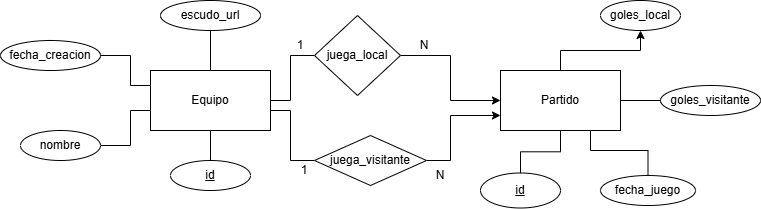
Above: docs/diagrama-er.png in Milu2662/Futbol-api (draw.io), before the change. Source tidied: cells renumbered, new cells last; positions are measured from the earlier drawing's top-left corner, leaving out a move shared by most shapes.
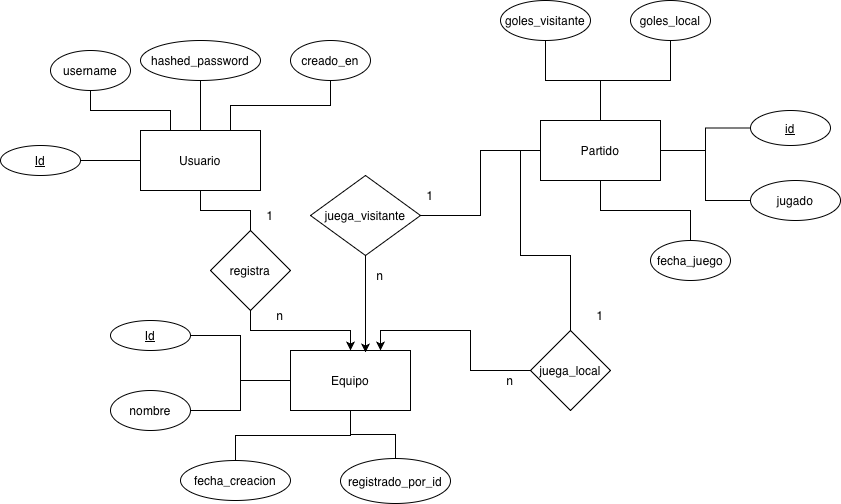
Above is the later version.

What changed in the source:
```diff
@@ -2,133 +2,137 @@
   <root>
     <mxCell id="0" />
     <mxCell id="1" parent="0" />
-    <mxCell id="2" style="edgeStyle=orthogonalEdgeStyle;rounded=0;jettySize=auto;html=1;endArrow=none;endFill=0;" parent="1" edge="1" source="4" target="16">
-      <mxGeometry relative="1" as="geometry" />
-    </mxCell>
+    <mxCell id="30" style="edgeStyle=orthogonalEdgeStyle;rounded=0;jettySize=auto;html=1;endArrow=none;endFill=0;" parent="1" edge="1" source="35" target="43">
+      <mxGeometry relative="1" as="geometry" />
+    </mxCell>
+    <mxCell id="31" style="edgeStyle=orthogonalEdgeStyle;rounded=0;jettySize=auto;html=1;endArrow=none;endFill=0;exitX=0.25;exitY=0;exitDx=0;exitDy=0;" parent="1" edge="1" source="35" target="44">
+      <mxGeometry relative="1" as="geometry" />
+    </mxCell>
+    <mxCell id="32" style="edgeStyle=orthogonalEdgeStyle;rounded=0;jettySize=auto;html=1;endArrow=none;endFill=0;" parent="1" edge="1" source="35" target="45">
+      <mxGeometry relative="1" as="geometry" />
+    </mxCell>
+    <mxCell id="33" style="edgeStyle=orthogonalEdgeStyle;rounded=0;jettySize=auto;html=1;endArrow=none;endFill=0;exitX=0.75;exitY=0;exitDx=0;exitDy=0;" parent="1" edge="1" source="35" target="46">
+      <mxGeometry relative="1" as="geometry" />
+    </mxCell>
+    <mxCell id="34" style="edgeStyle=orthogonalEdgeStyle;rounded=0;jettySize=auto;html=1;endArrow=none;endFill=0;" parent="1" edge="1" source="35" target="51">
+      <mxGeometry relative="1" as="geometry" />
+    </mxCell>
-    <mxCell id="3" style="edgeStyle=orthogonalEdgeStyle;rounded=0;jettySize=auto;html=1;endArrow=none;endFill=0;" parent="1" edge="1" source="4" target="22">
-      <mxGeometry relative="1" as="geometry">
-        <Array as="points">
-          <mxPoint x="290" y="100" />
-          <mxPoint x="290" y="55" />
-        </Array>
-      </mxGeometry>
+    <mxCell id="3" style="edgeStyle=orthogonalEdgeStyle;rounded=0;jettySize=auto;html=1;entryX=0;entryY=0.5;entryDx=0;entryDy=0;endArrow=none;endFill=0;exitX=0.75;exitY=0;exitDx=0;exitDy=0;startArrow=classic;startFill=1;" parent="1" edge="1" source="4" target="22">
+      <mxGeometry relative="1" as="geometry" />
     </mxCell>
+    <mxCell id="35" value="Usuario" style="rounded=0;whiteSpace=wrap;html=1;" parent="1" vertex="1">
+      <mxGeometry x="150" y="160" width="120" height="60" as="geometry" />
+    </mxCell>
+    <mxCell id="36" style="edgeStyle=orthogonalEdgeStyle;rounded=0;jettySize=auto;html=1;endArrow=none;endFill=0;" parent="1" edge="1" source="4" target="47">
+      <mxGeometry relative="1" as="geometry" />
+    </mxCell>
+    <mxCell id="37" style="edgeStyle=orthogonalEdgeStyle;rounded=0;jettySize=auto;html=1;endArrow=none;endFill=0;" parent="1" edge="1" source="4" target="13">
+      <mxGeometry relative="1" as="geometry" />
+    </mxCell>
+    <mxCell id="38" style="edgeStyle=orthogonalEdgeStyle;rounded=0;jettySize=auto;html=1;endArrow=none;endFill=0;" parent="1" edge="1" source="4" target="15">
+      <mxGeometry relative="1" as="geometry" />
+    </mxCell>
+    <mxCell id="39" style="edgeStyle=orthogonalEdgeStyle;rounded=0;jettySize=auto;html=1;endArrow=none;endFill=0;" parent="1" edge="1" source="4" target="48">
+      <mxGeometry relative="1" as="geometry" />
+    </mxCell>
     <mxCell id="4" value="Equipo" style="rounded=0;whiteSpace=wrap;html=1;" parent="1" vertex="1">
-      <mxGeometry x="150" y="70" width="120" height="60" as="geometry" />
+      <mxGeometry x="300" y="380" width="120" height="60" as="geometry" />
     </mxCell>
-    <mxCell id="5" style="edgeStyle=orthogonalEdgeStyle;rounded=0;jettySize=auto;html=1;endArrow=none;endFill=0;entryX=0.5;entryY=0;entryDx=0;entryDy=0;" parent="1" edge="1" source="9" target="17">
-      <mxGeometry relative="1" as="geometry" />
-    </mxCell>
+    <mxCell id="40" style="edgeStyle=orthogonalEdgeStyle;rounded=0;jettySize=auto;html=1;endArrow=none;endFill=0;" parent="1" edge="1" source="9" target="11">
+      <mxGeometry relative="1" as="geometry" />
+    </mxCell>
+    <mxCell id="8" style="edgeStyle=orthogonalEdgeStyle;rounded=0;jettySize=auto;html=1;endArrow=none;endFill=0;" parent="1" edge="1" source="9" target="18">
+      <mxGeometry relative="1" as="geometry" />
+    </mxCell>
+    <mxCell id="7" style="edgeStyle=orthogonalEdgeStyle;rounded=0;jettySize=auto;html=1;endArrow=none;endFill=0;" parent="1" edge="1" source="9" target="19">
+      <mxGeometry relative="1" as="geometry" />
+    </mxCell>
+    <mxCell id="41" style="edgeStyle=orthogonalEdgeStyle;rounded=0;jettySize=auto;html=1;endArrow=none;endFill=0;" parent="1" edge="1" source="9" target="49">
+      <mxGeometry relative="1" as="geometry" />
+    </mxCell>
-    <mxCell id="6" style="edgeStyle=orthogonalEdgeStyle;rounded=0;jettySize=auto;html=1;exitX=0.75;exitY=1;exitDx=0;exitDy=0;entryX=0.5;entryY=0;entryDx=0;entryDy=0;endArrow=none;endFill=0;" parent="1" edge="1" source="9" target="20">
-      <mxGeometry relative="1" as="geometry">
-        <Array as="points">
-          <mxPoint x="590" y="150" />
-          <mxPoint x="648" y="150" />
-        </Array>
-      </mxGeometry>
+    <mxCell id="6" style="edgeStyle=orthogonalEdgeStyle;rounded=0;jettySize=auto;html=1;endArrow=none;endFill=0;" parent="1" edge="1" source="9" target="20">
+      <mxGeometry relative="1" as="geometry" />
     </mxCell>
-    <mxCell id="7" style="edgeStyle=orthogonalEdgeStyle;rounded=0;jettySize=auto;html=1;entryX=0;entryY=0.5;entryDx=0;entryDy=0;endArrow=none;endFill=0;" parent="1" edge="1" source="9" target="19">
-      <mxGeometry relative="1" as="geometry">
-        <Array as="points">
-          <mxPoint x="740" y="100" />
-          <mxPoint x="740" y="100" />
-        </Array>
-      </mxGeometry>
-    </mxCell>
-    <mxCell id="8" style="edgeStyle=orthogonalEdgeStyle;rounded=0;jettySize=auto;html=1;entryX=0.5;entryY=1;entryDx=0;entryDy=0;" parent="1" edge="1" source="9" target="18">
-      <mxGeometry relative="1" as="geometry" />
-    </mxCell>
+    <mxCell id="42" style="edgeStyle=orthogonalEdgeStyle;rounded=0;jettySize=auto;html=1;endArrow=none;endFill=0;" parent="1" edge="1" source="9" target="27">
+      <mxGeometry relative="1" as="geometry" />
+    </mxCell>
-    <mxCell id="9" value="Partido" style="rounded=0;whiteSpace=wrap;html=1;" parent="1" vertex="1">
-      <mxGeometry x="500" y="70" width="120" height="60" as="geometry" />
+    <mxCell id="9" value="Partido" style="whiteSpace=wrap;html=1;" parent="1" vertex="1">
+      <mxGeometry x="550" y="150" width="120" height="60" as="geometry" />
     </mxCell>
-    <mxCell id="10" style="edgeStyle=orthogonalEdgeStyle;rounded=0;jettySize=auto;html=1;endArrow=none;endFill=0;entryX=0.5;entryY=1;entryDx=0;entryDy=0;exitX=0.5;exitY=0;exitDx=0;exitDy=0;" parent="1" edge="1" source="11" target="4">
-      <mxGeometry relative="1" as="geometry" />
-    </mxCell>
+    <mxCell id="43" value="&lt;u&gt;Id&lt;/u&gt;" style="ellipse;whiteSpace=wrap;html=1;rounded=0;" parent="1" vertex="1">
+      <mxGeometry x="10" y="175" width="80" height="30" as="geometry" />
+    </mxCell>
+    <mxCell id="44" value="username" style="ellipse;whiteSpace=wrap;html=1;rounded=0;" parent="1" vertex="1">
+      <mxGeometry x="60" y="80" width="80" height="40" as="geometry" />
+    </mxCell>
+    <mxCell id="45" value="hashed_password" style="ellipse;whiteSpace=wrap;html=1;rounded=0;" parent="1" vertex="1">
+      <mxGeometry x="150" y="70" width="120" height="40" as="geometry" />
+    </mxCell>
+    <mxCell id="46" value="creado_en" style="ellipse;whiteSpace=wrap;html=1;rounded=0;" parent="1" vertex="1">
+      <mxGeometry x="300" y="70" width="80" height="40" as="geometry" />
+    </mxCell>
+    <mxCell id="47" value="&lt;u&gt;Id&lt;/u&gt;" style="ellipse;whiteSpace=wrap;html=1;rounded=0;" parent="1" vertex="1">
+      <mxGeometry x="120" y="350" width="80" height="30" as="geometry" />
+    </mxCell>
+    <mxCell id="13" value="nombre" style="ellipse;whiteSpace=wrap;html=1;rounded=0;" parent="1" vertex="1">
+      <mxGeometry x="120" y="420" width="80" height="40" as="geometry" />
+    </mxCell>
+    <mxCell id="15" value="fecha_creacion" style="ellipse;whiteSpace=wrap;html=1;rounded=0;" parent="1" vertex="1">
+      <mxGeometry x="190" y="490" width="110" height="40" as="geometry" />
+    </mxCell>
+    <mxCell id="48" value="registrado_por_id" style="ellipse;whiteSpace=wrap;html=1;rounded=0;" parent="1" vertex="1">
+      <mxGeometry x="350" y="488" width="110" height="45" as="geometry" />
+    </mxCell>
     <mxCell id="11" value="&lt;u&gt;id&lt;/u&gt;" style="ellipse;whiteSpace=wrap;html=1;" parent="1" vertex="1">
-      <mxGeometry x="170" y="160" width="80" height="30" as="geometry" />
+      <mxGeometry x="760" y="140" width="80" height="35" as="geometry" />
     </mxCell>
-    <mxCell id="12" style="edgeStyle=orthogonalEdgeStyle;rounded=0;jettySize=auto;html=1;endArrow=none;endFill=0;" parent="1" edge="1" source="13">
-      <mxGeometry relative="1" as="geometry">
-        <mxPoint x="150" y="110" as="targetPoint" />
-        <Array as="points">
-          <mxPoint x="130" y="145" />
-          <mxPoint x="130" y="110" />
-          <mxPoint x="150" y="110" />
-        </Array>
-      </mxGeometry>
-    </mxCell>
-    <mxCell id="13" value="nombre" style="ellipse;whiteSpace=wrap;html=1;" parent="1" vertex="1">
-      <mxGeometry x="20" y="130" width="80" height="30" as="geometry" />
-    </mxCell>
-    <mxCell id="14" style="edgeStyle=orthogonalEdgeStyle;rounded=0;jettySize=auto;html=1;endArrow=none;endFill=0;entryX=0;entryY=0.25;entryDx=0;entryDy=0;exitX=1;exitY=0.5;exitDx=0;exitDy=0;" parent="1" edge="1" source="15" target="4">
-      <mxGeometry relative="1" as="geometry">
-        <Array as="points">
-          <mxPoint x="130" y="55" />
-          <mxPoint x="130" y="85" />
-        </Array>
-      </mxGeometry>
-    </mxCell>
-    <mxCell id="15" value="fecha_creacion" style="ellipse;whiteSpace=wrap;html=1;" parent="1" vertex="1">
-      <mxGeometry y="40" width="100" height="30" as="geometry" />
-    </mxCell>
-    <mxCell id="16" value="escudo_url" style="ellipse;whiteSpace=wrap;html=1;rounded=0;" parent="1" vertex="1">
-      <mxGeometry x="160" width="100" height="30" as="geometry" />
-    </mxCell>
-    <mxCell id="17" value="&lt;u&gt;id&lt;/u&gt;" style="ellipse;whiteSpace=wrap;html=1;rounded=0;" parent="1" vertex="1">
-      <mxGeometry x="480" y="172.5" width="80" height="35" as="geometry" />
-    </mxCell>
-    <mxCell id="18" value="goles_local" style="ellipse;whiteSpace=wrap;html=1;rounded=0;" parent="1" vertex="1">
-      <mxGeometry x="600" width="80" height="30" as="geometry" />
+    <mxCell id="18" value="goles_local" style="ellipse;whiteSpace=wrap;html=1;" parent="1" vertex="1">
+      <mxGeometry x="640" y="30" width="80" height="40" as="geometry" />
     </mxCell>
-    <mxCell id="19" value="goles_visitante" style="ellipse;whiteSpace=wrap;html=1;rounded=0;" parent="1" vertex="1">
-      <mxGeometry x="660" y="85" width="100" height="30" as="geometry" />
+    <mxCell id="19" value="goles_visitante" style="ellipse;whiteSpace=wrap;html=1;" parent="1" vertex="1">
+      <mxGeometry x="510" y="30" width="90" height="40" as="geometry" />
     </mxCell>
+    <mxCell id="49" value="jugado" style="ellipse;whiteSpace=wrap;html=1;" parent="1" vertex="1">
+      <mxGeometry x="760" y="210" width="90" height="40" as="geometry" />
+    </mxCell>
     <mxCell id="20" value="fecha_juego" style="ellipse;whiteSpace=wrap;html=1;" parent="1" vertex="1">
-      <mxGeometry x="600" y="175" width="95" height="30" as="geometry" />
+      <mxGeometry x="660" y="270" width="80" height="40" as="geometry" />
     </mxCell>
-    <mxCell id="21" style="edgeStyle=orthogonalEdgeStyle;rounded=0;jettySize=auto;html=1;" parent="1" edge="1" source="22">
-      <mxGeometry relative="1" as="geometry">
-        <mxPoint x="500" y="100" as="targetPoint" />
-        <Array as="points">
-          <mxPoint x="450" y="55" />
-          <mxPoint x="450" y="100" />
-        </Array>
-      </mxGeometry>
-    </mxCell>
+    <mxCell id="50" style="edgeStyle=orthogonalEdgeStyle;rounded=0;jettySize=auto;html=1;entryX=0.5;entryY=0;entryDx=0;entryDy=0;" parent="1" edge="1" source="51" target="4">
+      <mxGeometry relative="1" as="geometry" />
+    </mxCell>
+    <mxCell id="51" value="registra" style="rhombus;whiteSpace=wrap;html=1;rounded=0;" parent="1" vertex="1">
+      <mxGeometry x="220" y="260" width="80" height="80" as="geometry" />
+    </mxCell>
+    <mxCell id="52" value="1" style="text;html=1;whiteSpace=wrap;strokeColor=none;fillColor=none;align=center;verticalAlign=middle;rounded=0;" parent="1" vertex="1">
+      <mxGeometry x="250" y="230" width="60" height="30" as="geometry" />
+    </mxCell>
+    <mxCell id="53" value="n" style="text;html=1;whiteSpace=wrap;strokeColor=none;fillColor=none;align=center;verticalAlign=middle;rounded=0;" parent="1" vertex="1">
+      <mxGeometry x="260" y="330" width="60" height="30" as="geometry" />
+    </mxCell>
+    <mxCell id="54" style="edgeStyle=orthogonalEdgeStyle;rounded=0;jettySize=auto;html=1;entryX=0;entryY=0.5;entryDx=0;entryDy=0;endArrow=none;endFill=0;" parent="1" edge="1" source="22" target="9">
+      <mxGeometry relative="1" as="geometry" />
+    </mxCell>
     <mxCell id="22" value="juega_local" style="rhombus;whiteSpace=wrap;html=1;rounded=0;" parent="1" vertex="1">
-      <mxGeometry x="314" y="15" width="86" height="80" as="geometry" />
+      <mxGeometry x="540" y="360" width="80" height="80" as="geometry" />
     </mxCell>
-    <mxCell id="23" value="1" style="text;html=1;whiteSpace=wrap;strokeColor=none;fillColor=none;align=center;verticalAlign=middle;rounded=0;" parent="1" vertex="1">
-      <mxGeometry x="270" y="30" width="60" height="30" as="geometry" />
-    </mxCell>
-    <mxCell id="24" value="N" style="text;html=1;whiteSpace=wrap;strokeColor=none;fillColor=none;align=center;verticalAlign=middle;rounded=0;" parent="1" vertex="1">
-      <mxGeometry x="394" y="30" width="60" height="30" as="geometry" />
-    </mxCell>
-    <mxCell id="25" style="edgeStyle=orthogonalEdgeStyle;rounded=0;jettySize=auto;html=1;endArrow=none;endFill=0;exitX=1;exitY=0.5;exitDx=0;exitDy=0;" parent="1" edge="1" source="4" target="27">
-      <mxGeometry relative="1" as="geometry">
-        <Array as="points">
-          <mxPoint x="270" y="110" />
-          <mxPoint x="290" y="110" />
-          <mxPoint x="290" y="160" />
-        </Array>
-      </mxGeometry>
-    </mxCell>
-    <mxCell id="26" style="edgeStyle=orthogonalEdgeStyle;rounded=0;jettySize=auto;html=1;exitX=1;exitY=0.5;exitDx=0;exitDy=0;entryX=0;entryY=0.75;entryDx=0;entryDy=0;" parent="1" edge="1" source="27" target="9">
-      <mxGeometry relative="1" as="geometry">
-        <Array as="points">
-          <mxPoint x="450" y="160" />
-          <mxPoint x="450" y="115" />
-        </Array>
-      </mxGeometry>
-    </mxCell>
+    <mxCell id="55" value="1" style="text;html=1;whiteSpace=wrap;strokeColor=none;fillColor=none;align=center;verticalAlign=middle;rounded=0;" parent="1" vertex="1">
+      <mxGeometry x="580" y="330" width="60" height="30" as="geometry" />
+    </mxCell>
+    <mxCell id="56" value="n" style="text;html=1;whiteSpace=wrap;strokeColor=none;fillColor=none;align=center;verticalAlign=middle;rounded=0;" parent="1" vertex="1">
+      <mxGeometry x="490" y="395" width="60" height="30" as="geometry" />
+    </mxCell>
-    <mxCell id="27" value="juega_visitante" style="rhombus;whiteSpace=wrap;html=1;rounded=0;" parent="1" vertex="1">
-      <mxGeometry x="314" y="135" width="112" height="50" as="geometry" />
+    <mxCell id="27" value="juega_visitante" style="rhombus;whiteSpace=wrap;html=1;" parent="1" vertex="1">
+      <mxGeometry x="320" y="205" width="110" height="80" as="geometry" />
     </mxCell>
-    <mxCell id="28" value="1" style="text;html=1;whiteSpace=wrap;strokeColor=none;fillColor=none;align=center;verticalAlign=middle;rounded=0;" parent="1" vertex="1">
-      <mxGeometry x="274" y="155" width="60" height="30" as="geometry" />
-    </mxCell>
-    <mxCell id="29" value="N" style="text;html=1;whiteSpace=wrap;strokeColor=none;fillColor=none;align=center;verticalAlign=middle;rounded=0;" parent="1" vertex="1">
-      <mxGeometry x="410" y="160" width="60" height="30" as="geometry" />
-    </mxCell>
+    <mxCell id="57" style="edgeStyle=orthogonalEdgeStyle;rounded=0;jettySize=auto;html=1;entryX=0.625;entryY=0.033;entryDx=0;entryDy=0;entryPerimeter=0;" parent="1" edge="1" source="27" target="4">
+      <mxGeometry relative="1" as="geometry" />
+    </mxCell>
+    <mxCell id="58" value="1" style="text;html=1;whiteSpace=wrap;strokeColor=none;fillColor=none;align=center;verticalAlign=middle;rounded=0;" parent="1" vertex="1">
+      <mxGeometry x="410" y="210" width="60" height="30" as="geometry" />
+    </mxCell>
+    <mxCell id="59" value="n" style="text;html=1;whiteSpace=wrap;strokeColor=none;fillColor=none;align=center;verticalAlign=middle;rounded=0;" parent="1" vertex="1">
+      <mxGeometry x="360" y="290" width="60" height="30" as="geometry" />
+    </mxCell>
   </root>
 </mxGraphModel>
```
